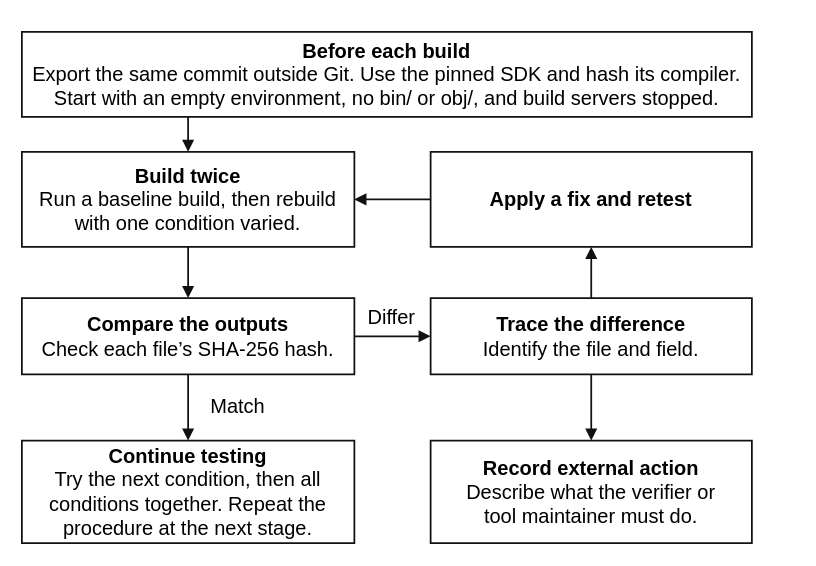
This is 1-ws-pems/figures/rq1-method-loop.drawio from leosakharoff/dotnet-rebuild-experiments, a draw.io file, before an edit. Source tidied: cells renumbered, new cells numbered last; positions are measured from the earlier drawing's top-left corner, leaving out a move shared by most shapes. Both pictures are drawn from the tidied source at 125%, with x=0, y=0 at pixel (21, 31).
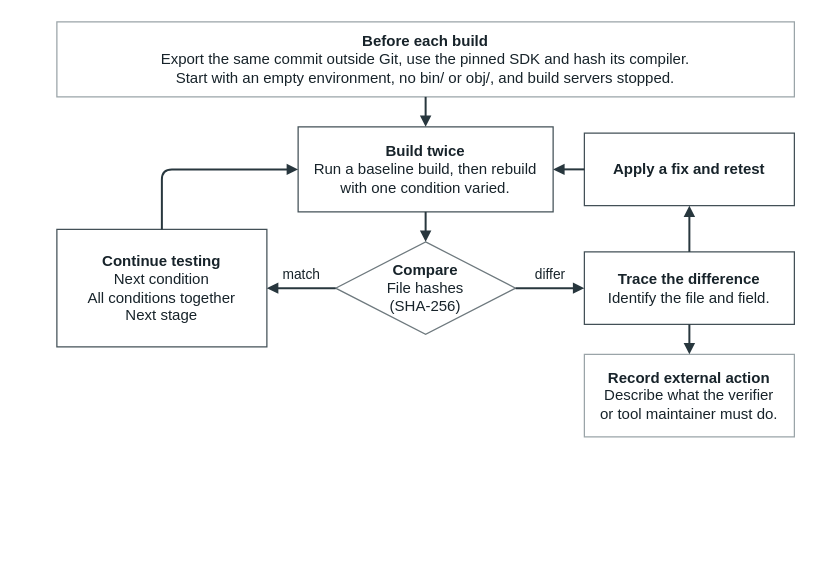
The same diagram, later.

Commit message (it also covers changes not shown here):
RQ1 stages and procedure figures in the house style; the procedure as a loop

Change to the diagram source:
```diff
@@
-<mxGraphModel background="#FFFFFF">
+<mxGraphModel background="#ffffff">
@@
-    <mxCell id="2" value="&lt;b&gt;Before each build&lt;/b&gt;&lt;br&gt;Export the same commit outside Git. Use the pinned SDK and hash its compiler.&lt;br&gt;Start with an empty environment, no bin/ or obj/, and build servers stopped." style="rounded=0;html=1;whiteSpace=wrap;align=center;verticalAlign=middle;spacing=4;fontFamily=Helvetica;fontSize=16;fontColor=#000000;fillColor=#ffffff;strokeColor=#111111;strokeWidth=1.4;" parent="1" vertex="1">
-      <mxGeometry width="584" height="68" as="geometry" />
+    <mxCell id="2" value="&lt;b&gt;Before each build&lt;/b&gt;&lt;br&gt;Export the same commit outside Git, use the pinned SDK and hash its compiler.&lt;br&gt;Start with an empty environment, no bin/ or obj/, and build servers stopped." style="rounded=0;fillColor=#ffffff;strokeColor=#9aa4a8;html=1;whiteSpace=wrap;align=center;verticalAlign=middle;fontFamily=Helvetica;fontSize=12;fontColor=#17232a;strokeWidth=1;spacing=12;" parent="1" vertex="1">
+      <mxGeometry x="28" y="-8" width="590" height="60" as="geometry" />
     </mxCell>
-    <mxCell id="3" value="&lt;b&gt;Build twice&lt;/b&gt;&lt;br&gt;Run a baseline build, then rebuild&lt;br&gt;with one condition varied." style="rounded=0;html=1;whiteSpace=wrap;align=center;verticalAlign=middle;spacing=4;fontFamily=Helvetica;fontSize=16;fontColor=#000000;fillColor=#ffffff;strokeColor=#111111;strokeWidth=1.4;" parent="1" vertex="1">
-      <mxGeometry y="96" width="266" height="76" as="geometry" />
+    <mxCell id="3" value="&lt;b&gt;Build twice&lt;/b&gt;&lt;br&gt;Run a baseline build, then rebuild&lt;br&gt;with one condition varied." style="rounded=0;fillColor=#ffffff;strokeColor=#435057;html=1;whiteSpace=wrap;align=center;verticalAlign=middle;fontFamily=Helvetica;fontSize=12;fontColor=#17232a;strokeWidth=1;spacing=12;" parent="1" vertex="1">
+      <mxGeometry x="221" y="76" width="204" height="68" as="geometry" />
     </mxCell>
-    <mxCell id="4" value="&lt;b&gt;Compare the outputs&lt;/b&gt;&lt;br&gt;Check each file’s SHA-256 hash." style="rounded=0;html=1;whiteSpace=wrap;align=center;verticalAlign=middle;spacing=4;fontFamily=Helvetica;fontSize=16;fontColor=#000000;fillColor=#ffffff;strokeColor=#111111;strokeWidth=1.4;" parent="1" vertex="1">
-      <mxGeometry y="213" width="266" height="61" as="geometry" />
+    <mxCell id="4" value="&lt;b&gt;Compare&lt;/b&gt;&lt;br&gt;File hashes&lt;br&gt;(SHA-256)" style="shape=rhombus;fillColor=#ffffff;strokeColor=#6e797e;html=1;whiteSpace=wrap;align=center;verticalAlign=middle;fontFamily=Helvetica;fontSize=12;fontColor=#17232a;strokeWidth=1;spacing=0;" parent="1" vertex="1">
+      <mxGeometry x="251" y="168" width="144" height="74" as="geometry" />
     </mxCell>
+    <mxCell id="7" value="&lt;b&gt;Continue testing&lt;/b&gt;&lt;br&gt;Next condition&lt;br&gt;All conditions together&lt;br&gt;Next stage" style="rounded=0;fillColor=#ffffff;strokeColor=#435057;html=1;whiteSpace=wrap;align=center;verticalAlign=middle;fontFamily=Helvetica;fontSize=12;fontColor=#17232a;strokeWidth=1;spacing=12;" parent="1" vertex="1">
+      <mxGeometry x="28" y="158" width="168" height="94" as="geometry" />
+    </mxCell>
+    <mxCell id="6" value="&lt;b&gt;Apply a fix and retest&lt;/b&gt;" style="rounded=0;fillColor=#ffffff;strokeColor=#435057;html=1;whiteSpace=wrap;align=center;verticalAlign=middle;fontFamily=Helvetica;fontSize=12;fontColor=#17232a;strokeWidth=1;spacing=12;" parent="1" vertex="1">
+      <mxGeometry x="450" y="81" width="168" height="58" as="geometry" />
+    </mxCell>
-    <mxCell id="5" value="&lt;b&gt;Trace the difference&lt;/b&gt;&lt;br&gt;Identify the file and field." style="rounded=0;html=1;whiteSpace=wrap;align=center;verticalAlign=middle;spacing=4;fontFamily=Helvetica;fontSize=16;fontColor=#000000;fillColor=#ffffff;strokeColor=#111111;strokeWidth=1.4;" parent="1" vertex="1">
-      <mxGeometry x="327" y="213" width="257" height="61" as="geometry" />
+    <mxCell id="5" value="&lt;b&gt;Trace the difference&lt;/b&gt;&lt;br&gt;Identify the file and field." style="rounded=0;fillColor=#ffffff;strokeColor=#435057;html=1;whiteSpace=wrap;align=center;verticalAlign=middle;fontFamily=Helvetica;fontSize=12;fontColor=#17232a;strokeWidth=1;spacing=12;" parent="1" vertex="1">
+      <mxGeometry x="450" y="176" width="168" height="58" as="geometry" />
     </mxCell>
-    <mxCell id="6" value="&lt;b&gt;Apply a fix and retest&lt;/b&gt;" style="rounded=0;html=1;whiteSpace=wrap;align=center;verticalAlign=middle;spacing=4;fontFamily=Helvetica;fontSize=16;fontColor=#000000;fillColor=#ffffff;strokeColor=#111111;strokeWidth=1.4;" parent="1" vertex="1">
-      <mxGeometry x="327" y="96" width="257" height="76" as="geometry" />
-    </mxCell>
-    <mxCell id="7" value="&lt;b&gt;Continue testing&lt;/b&gt;&lt;br&gt;Try the next condition, then all&lt;br&gt;conditions together. Repeat the&lt;br&gt;procedure at the next stage." style="rounded=0;html=1;whiteSpace=wrap;align=center;verticalAlign=middle;spacing=4;fontFamily=Helvetica;fontSize=16;fontColor=#000000;fillColor=#ffffff;strokeColor=#111111;strokeWidth=1.4;" parent="1" vertex="1">
-      <mxGeometry y="327" width="266" height="82" as="geometry" />
-    </mxCell>
-    <mxCell id="8" value="&lt;b&gt;Record external action&lt;/b&gt;&lt;br&gt;Describe what the verifier or&lt;br&gt;tool maintainer must do." style="rounded=0;html=1;whiteSpace=wrap;align=center;verticalAlign=middle;spacing=4;fontFamily=Helvetica;fontSize=16;fontColor=#000000;fillColor=#ffffff;strokeColor=#111111;strokeWidth=1.4;" parent="1" vertex="1">
-      <mxGeometry x="327" y="327" width="257" height="82" as="geometry" />
+    <mxCell id="8" value="&lt;b&gt;Record external action&lt;/b&gt;&lt;br&gt;Describe what the verifier&lt;br&gt;or tool maintainer must do." style="rounded=0;fillColor=#ffffff;strokeColor=#9aa4a8;html=1;whiteSpace=wrap;align=center;verticalAlign=middle;fontFamily=Helvetica;fontSize=12;fontColor=#17232a;strokeWidth=1;spacing=12;" parent="1" vertex="1">
+      <mxGeometry x="450" y="258" width="168" height="66" as="geometry" />
     </mxCell>
+    <mxCell id="17" value="match" style="fillColor=none;strokeColor=none;html=1;whiteSpace=wrap;align=center;verticalAlign=middle;fontFamily=Helvetica;fontSize=11;fontColor=#17232a;strokeWidth=1;spacing=0;" parent="1" vertex="1">
+      <mxGeometry x="202" y="185" width="44" height="18" as="geometry" />
+    </mxCell>
+    <mxCell id="18" value="differ" style="fillColor=none;strokeColor=none;html=1;whiteSpace=wrap;align=center;verticalAlign=middle;fontFamily=Helvetica;fontSize=11;fontColor=#17232a;strokeWidth=1;spacing=0;" parent="1" vertex="1">
+      <mxGeometry x="401" y="185" width="44" height="18" as="geometry" />
+    </mxCell>
-    <mxCell id="9" style="edgeStyle=none;rounded=0;html=1;endArrow=block;endFill=1;strokeColor=#111111;strokeWidth=1.4;exitX=0.2277;exitY=1;entryX=0.5;entryY=0;" parent="1" edge="1" source="2" target="3">
+    <mxCell id="9" style="html=1;strokeColor=#28373e;strokeWidth=1.6;endArrow=block;endFill=1;endSize=5;edgeStyle=none;jumpStyle=none;exitX=0.5;exitY=1;entryX=0.5;entryY=0;exitPerimeter=0;entryPerimeter=0;rounded=0;" parent="1" edge="1" source="2" target="3">
       <mxGeometry relative="1" as="geometry" />
     </mxCell>
-    <mxCell id="10" style="edgeStyle=none;rounded=0;html=1;endArrow=block;endFill=1;strokeColor=#111111;strokeWidth=1.4;exitX=0.5;exitY=1;entryX=0.5;entryY=0;" parent="1" edge="1" source="3" target="4">
+    <mxCell id="10" style="html=1;strokeColor=#28373e;strokeWidth=1.6;endArrow=block;endFill=1;endSize=5;edgeStyle=none;jumpStyle=none;exitX=0.5;exitY=1;entryX=0.5;entryY=0;exitPerimeter=0;entryPerimeter=0;rounded=0;" parent="1" edge="1" source="3" target="4">
       <mxGeometry relative="1" as="geometry" />
     </mxCell>
+    <mxCell id="14" style="html=1;strokeColor=#28373e;strokeWidth=1.6;endArrow=block;endFill=1;endSize=5;edgeStyle=none;jumpStyle=none;exitX=0;exitY=0.5;entryX=1;entryY=0.5;exitPerimeter=0;entryPerimeter=0;rounded=0;" parent="1" edge="1" source="4" target="7">
+      <mxGeometry relative="1" as="geometry" />
+    </mxCell>
-    <mxCell id="11" style="edgeStyle=none;rounded=0;html=1;endArrow=block;endFill=1;strokeColor=#111111;strokeWidth=1.4;exitX=1;exitY=0.5;entryX=0;entryY=0.5;" parent="1" edge="1" source="4" target="5">
+    <mxCell id="11" style="html=1;strokeColor=#28373e;strokeWidth=1.6;endArrow=block;endFill=1;endSize=5;edgeStyle=none;jumpStyle=none;exitX=1;exitY=0.5;entryX=0;entryY=0.5;exitPerimeter=0;entryPerimeter=0;rounded=0;" parent="1" edge="1" source="4" target="5">
       <mxGeometry relative="1" as="geometry" />
     </mxCell>
-    <mxCell id="12" style="edgeStyle=none;rounded=0;html=1;endArrow=block;endFill=1;strokeColor=#111111;strokeWidth=1.4;exitX=0.5;exitY=0;entryX=0.5;entryY=1;" parent="1" edge="1" source="5" target="6">
+    <mxCell id="12" style="html=1;strokeColor=#28373e;strokeWidth=1.6;endArrow=block;endFill=1;endSize=5;edgeStyle=none;jumpStyle=none;exitX=0.5;exitY=0;entryX=0.5;entryY=1;exitPerimeter=0;entryPerimeter=0;rounded=1;arcSize=16;" parent="1" edge="1" source="5" target="6">
       <mxGeometry relative="1" as="geometry" />
     </mxCell>
-    <mxCell id="13" style="edgeStyle=none;rounded=0;html=1;endArrow=block;endFill=1;strokeColor=#111111;strokeWidth=1.4;exitX=0;exitY=0.5;entryX=1;entryY=0.5;" parent="1" edge="1" source="6" target="3">
+    <mxCell id="13" style="html=1;strokeColor=#28373e;strokeWidth=1.6;endArrow=block;endFill=1;endSize=5;edgeStyle=none;jumpStyle=none;exitX=0;exitY=0.5;entryX=1;entryY=0.5;exitPerimeter=0;entryPerimeter=0;rounded=1;arcSize=16;" parent="1" edge="1" source="6" target="3">
       <mxGeometry relative="1" as="geometry" />
     </mxCell>
-    <mxCell id="14" style="edgeStyle=none;rounded=0;html=1;endArrow=block;endFill=1;strokeColor=#111111;strokeWidth=1.4;exitX=0.5;exitY=1;entryX=0.5;entryY=0;" parent="1" edge="1" source="4" target="7">
-      <mxGeometry relative="1" as="geometry" />
-    </mxCell>
+    <mxCell id="19" style="html=1;strokeColor=#28373e;strokeWidth=1.6;endArrow=block;endFill=1;endSize=5;edgeStyle=none;jumpStyle=none;exitX=0.5;exitY=0;entryX=0;entryY=0.5;exitPerimeter=0;entryPerimeter=0;rounded=1;arcSize=16;" parent="1" edge="1" source="7" target="3">
+      <mxGeometry relative="1" as="geometry">
+        <Array as="points">
+          <mxPoint x="112" y="110" />
+        </Array>
+      </mxGeometry>
+    </mxCell>
-    <mxCell id="15" style="edgeStyle=none;rounded=0;html=1;endArrow=block;endFill=1;strokeColor=#111111;strokeWidth=1.4;exitX=0.5;exitY=1;entryX=0.5;entryY=0;" parent="1" edge="1" source="5" target="8">
+    <mxCell id="15" style="html=1;strokeColor=#28373e;strokeWidth=1.6;endArrow=block;endFill=1;endSize=5;edgeStyle=none;jumpStyle=none;exitX=0.5;exitY=1;entryX=0.5;entryY=0;exitPerimeter=0;entryPerimeter=0;rounded=0;" parent="1" edge="1" source="5" target="8">
       <mxGeometry relative="1" as="geometry" />
     </mxCell>
-    <mxCell id="16" value="Differ" style="rounded=0;html=1;whiteSpace=wrap;align=center;verticalAlign=middle;spacing=4;fontFamily=Helvetica;fontSize=16;fontColor=#000000;fillColor=#ffffff;strokeColor=#111111;strokeWidth=1.4;strokeColor=none;fillColor=none;" parent="1" vertex="1">
-      <mxGeometry x="267" y="216" width="58" height="24" as="geometry" />
-    </mxCell>
-    <mxCell id="17" value="Match" style="rounded=0;html=1;whiteSpace=wrap;align=center;verticalAlign=middle;spacing=4;fontFamily=Helvetica;fontSize=16;fontColor=#000000;fillColor=#ffffff;strokeColor=#111111;strokeWidth=1.4;strokeColor=none;fillColor=none;" parent="1" vertex="1">
-      <mxGeometry x="138" y="285" width="70" height="27" as="geometry" />
-    </mxCell>
```
